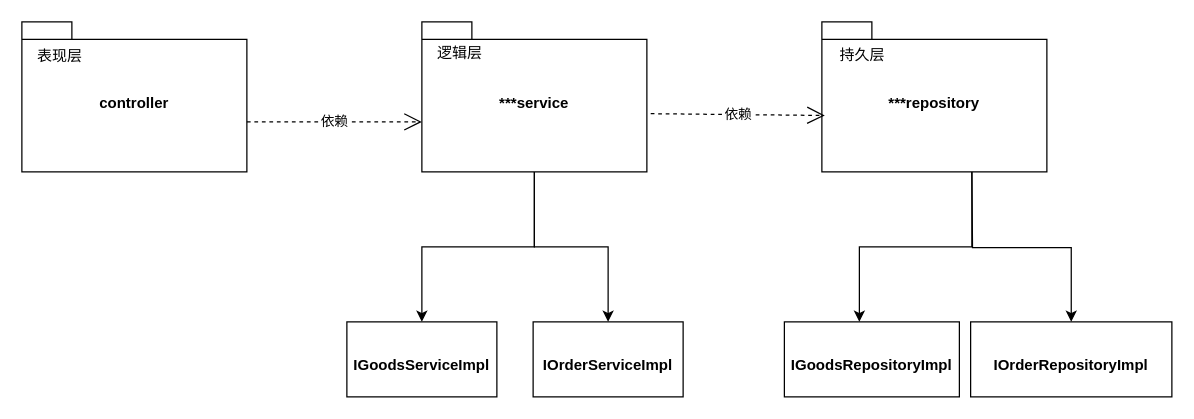
Earlier version of the draw.io diagram 包图.drawio (youjizi/images). Source tidied: cells renumbered, new cells numbered last; positions are measured from the earlier drawing's top-left corner, leaving out a move shared by most shapes. Both pictures are drawn from the tidied source at 125%, with x=0, y=0 at pixel (21, 21).
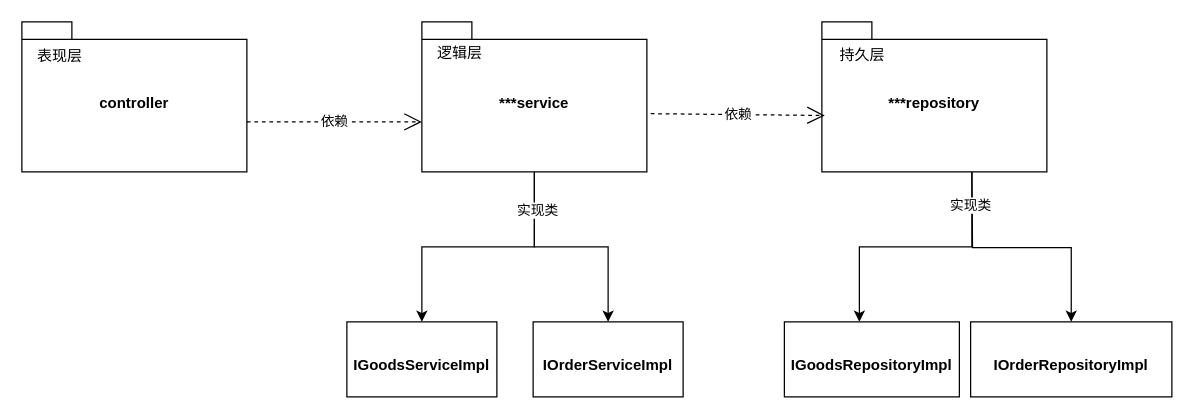
The same diagram, later.

Unchanged cells that the change refers to:
```xml
<mxCell id="16" style="edgeStyle=orthogonalEdgeStyle;rounded=0;jettySize=auto;html=1;exitX=0.5;exitY=1;exitDx=0;exitDy=0;exitPerimeter=0;" parent="1" edge="1" source="9" target="15">
  <mxGeometry relative="1" as="geometry" />
</mxCell>
<mxCell id="20" style="edgeStyle=orthogonalEdgeStyle;rounded=0;jettySize=auto;html=1;exitX=0.5;exitY=1;exitDx=0;exitDy=0;exitPerimeter=0;" parent="1" edge="1" target="19">
  <mxGeometry relative="1" as="geometry">
    <mxPoint x="760" y="120" as="sourcePoint" />
  </mxGeometry>
</mxCell>
```

Diff of the diagram source:
```diff
@@
+    <mxCell id="21" value="&amp;nbsp;实现类" style="edgeLabel;html=1;align=center;verticalAlign=middle;" parent="16" vertex="1">
+      <mxGeometry x="-0.66" relative="1" as="geometry" />
+    </mxCell>
@@
+    <mxCell id="22" value="实现类" style="edgeLabel;html=1;align=center;verticalAlign=middle;" parent="20" vertex="1">
+      <mxGeometry x="-0.74" y="-2" relative="1" as="geometry" />
+    </mxCell>
```
